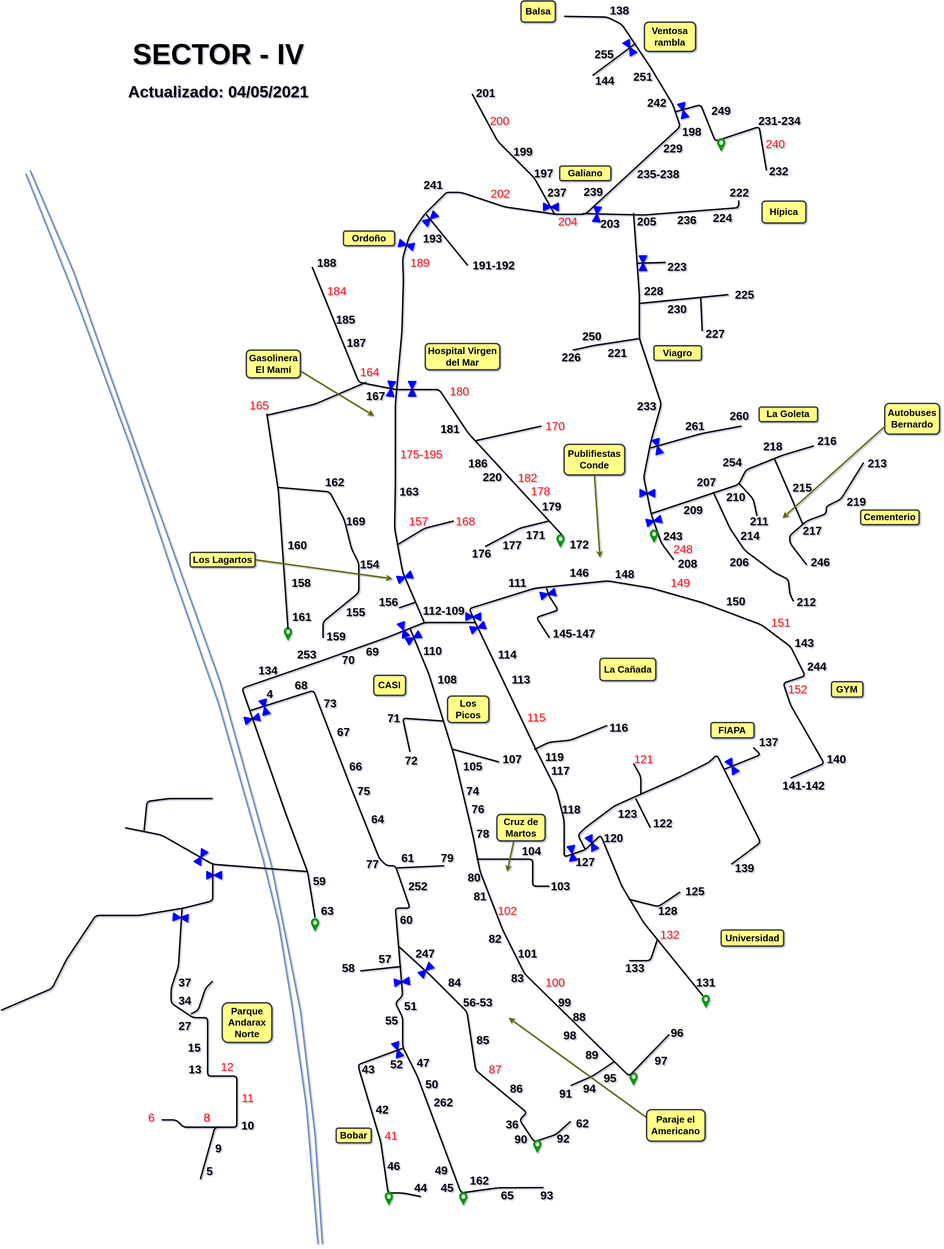
Earlier version of the draw.io export planos-actualizados/plano_IV.svg (cr4vegas-team/doc-cr4vegas-planos). Source tidied: cells renumbered, new cells last; positions are measured from the earlier drawing's top-left corner, leaving out a move shared by most shapes.
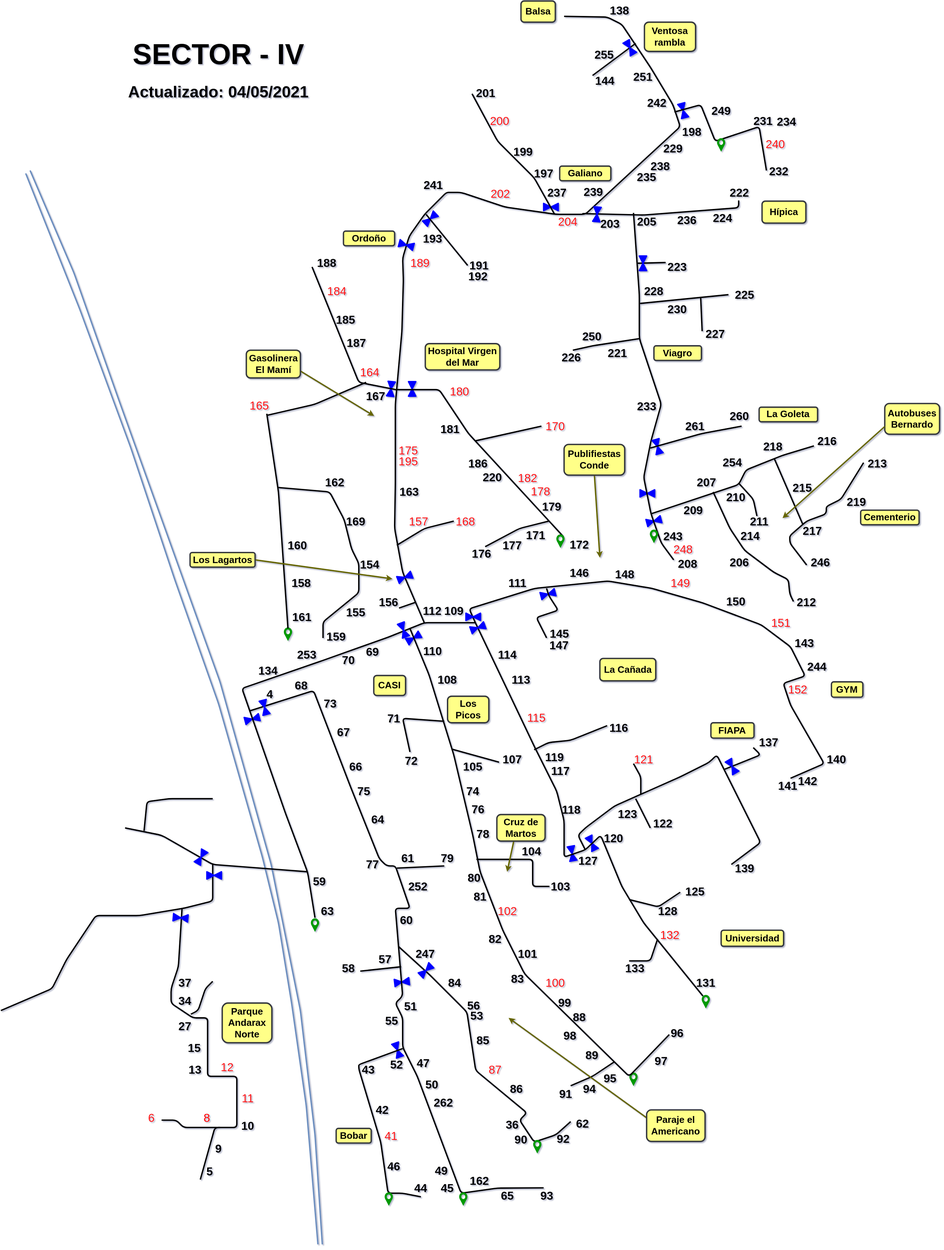
Later version of the same file.

Change to the diagram source:
```diff
@@ -229,7 +229,7 @@
       <mxGeometry x="1944.5" y="2527.9" width="83.6" height="41.8" as="geometry" />
     </mxCell>
     <mxCell id="42" value="127" style="text;html=1;strokeColor=none;fillColor=none;align=center;verticalAlign=middle;whiteSpace=wrap;fontSize=33;fontStyle=1;rounded=1;labelBackgroundColor=none;strokeWidth=4;sketch=0;" parent="1" vertex="1">
-      <mxGeometry x="1630.9" y="2444.2" width="83.6" height="41.8" as="geometry" />
+      <mxGeometry x="1639.2" y="2440.1" width="83.6" height="41.8" as="geometry" />
     </mxCell>
     <mxCell id="43" value="120" style="text;html=1;strokeColor=none;fillColor=none;align=center;verticalAlign=middle;whiteSpace=wrap;fontSize=33;fontStyle=1;rounded=1;labelBackgroundColor=none;strokeWidth=4;sketch=0;" parent="1" vertex="1">
       <mxGeometry x="1712.4" y="2375.2" width="83.6" height="41.8" as="geometry" />
@@ -418,7 +418,7 @@
     </mxCell>
     <mxCell id="74" style="endArrow=none;html=1;strokeWidth=4;fontSize=33;labelBackgroundColor=none;sketch=0;" parent="1" edge="1">
       <mxGeometry x="166.4" y="10" as="geometry">
-        <mxPoint x="1570.2" y="1823.3" as="sourcePoint" />
+        <mxPoint x="1562" y="1823" as="sourcePoint" />
         <mxPoint x="1561.9" y="1681.1" as="targetPoint" />
         <Array as="points">
           <mxPoint x="1532.6" y="1764.7" />
@@ -427,11 +427,11 @@
         </Array>
       </mxGeometry>
     </mxCell>
-    <mxCell id="75" value="145-147" style="text;html=1;strokeColor=none;fillColor=none;align=center;verticalAlign=middle;whiteSpace=wrap;fontStyle=1;fontSize=33;rounded=1;labelBackgroundColor=none;strokeWidth=4;sketch=0;" parent="1" vertex="1">
-      <mxGeometry x="1568.2" y="1789.8" width="146.4" height="41.8" as="geometry" />
+    <mxCell id="75" value="145" style="text;html=1;strokeColor=none;fillColor=none;align=center;verticalAlign=middle;whiteSpace=wrap;fontStyle=1;fontSize=33;rounded=1;labelBackgroundColor=none;strokeWidth=4;sketch=0;" parent="1" vertex="1">
+      <mxGeometry x="1568.2" y="1789.8" width="61.8" height="41.8" as="geometry" />
     </mxCell>
-    <mxCell id="76" value="112-109" style="text;html=1;strokeColor=none;fillColor=none;align=center;verticalAlign=middle;whiteSpace=wrap;fontSize=33;fontStyle=1;rounded=1;labelBackgroundColor=none;strokeWidth=4;sketch=0;" parent="1" vertex="1">
-      <mxGeometry x="1198.1" y="1729.2" width="140.1" height="31.4" as="geometry" />
+    <mxCell id="76" value="112" style="text;html=1;strokeColor=none;fillColor=none;align=center;verticalAlign=middle;whiteSpace=wrap;fontSize=33;fontStyle=1;rounded=1;labelBackgroundColor=none;strokeWidth=4;sketch=0;" parent="1" vertex="1">
+      <mxGeometry x="1208.5" y="1729.2" width="51.9" height="31.4" as="geometry" />
     </mxCell>
     <mxCell id="77" value="111" style="text;html=1;strokeColor=none;fillColor=none;align=center;verticalAlign=middle;whiteSpace=wrap;fontSize=33;fontStyle=1;rounded=1;labelBackgroundColor=none;strokeWidth=4;sketch=0;" parent="1" vertex="1">
       <mxGeometry x="1437.1" y="1645.5" width="83.6" height="41.8" as="geometry" />
@@ -593,8 +593,8 @@
     <mxCell id="114" value="84" style="text;html=1;strokeColor=none;fillColor=none;align=center;verticalAlign=middle;whiteSpace=wrap;fontSize=33;fontColor=none;fontStyle=1;rounded=1;labelBackgroundColor=none;strokeWidth=4;sketch=0;" parent="1" vertex="1">
       <mxGeometry x="1256.6" y="2789.2" width="83.6" height="41.8" as="geometry" />
     </mxCell>
-    <mxCell id="115" value="56-53" style="text;html=1;strokeColor=none;fillColor=none;align=center;verticalAlign=middle;whiteSpace=wrap;fontSize=33;fontColor=none;fontStyle=1;rounded=1;labelBackgroundColor=none;strokeWidth=4;sketch=0;" parent="1" vertex="1">
-      <mxGeometry x="1313.1" y="2845.7" width="104.5" height="41.8" as="geometry" />
+    <mxCell id="115" value="56" style="text;html=1;strokeColor=none;fillColor=none;align=center;verticalAlign=middle;whiteSpace=wrap;fontSize=33;fontColor=none;fontStyle=1;rounded=1;labelBackgroundColor=none;strokeWidth=4;sketch=0;" parent="1" vertex="1">
+      <mxGeometry x="1329.8" y="2853.7" width="46.9" height="41.8" as="geometry" />
     </mxCell>
     <mxCell id="116" style="verticalLabelPosition=bottom;align=center;html=1;verticalAlign=top;dashed=0;shape=mxgraph.pid2valves.valve;valveType=gate;defState=closed;strokeWidth=4;fillColor=none;fontSize=33;rotation=0;strokeColor=#0000FF;rounded=1;labelBackgroundColor=none;sketch=0;" parent="1" vertex="1">
       <mxGeometry x="1829.5" y="1398.8" width="41.8" height="20.9" as="geometry" />
@@ -932,8 +932,8 @@
     <mxCell id="195" value="168" style="text;html=1;strokeColor=none;fillColor=none;align=center;verticalAlign=middle;whiteSpace=wrap;fontSize=33;fontStyle=0;fontColor=#FF1212;rounded=1;labelBackgroundColor=none;strokeWidth=4;sketch=0;" parent="1" vertex="1">
       <mxGeometry x="1288" y="1467.8" width="83.6" height="41.8" as="geometry" />
     </mxCell>
-    <mxCell id="196" value="175-195" style="text;html=1;strokeColor=none;fillColor=none;align=center;verticalAlign=middle;whiteSpace=wrap;fontSize=33;fontStyle=0;fontColor=#FF1212;rounded=1;labelBackgroundColor=none;strokeWidth=4;sketch=0;" parent="1" vertex="1">
-      <mxGeometry x="1131.2" y="1277.5" width="146.4" height="41.8" as="geometry" />
+    <mxCell id="196" value="175" style="text;html=1;strokeColor=none;fillColor=none;align=center;verticalAlign=middle;whiteSpace=wrap;fontSize=33;fontStyle=0;fontColor=#FF1212;rounded=1;labelBackgroundColor=none;strokeWidth=4;sketch=0;" parent="1" vertex="1">
+      <mxGeometry x="1137.1" y="1265" width="58.8" height="41.8" as="geometry" />
     </mxCell>
     <mxCell id="197" value="165" style="text;html=1;strokeColor=none;fillColor=none;align=center;verticalAlign=middle;whiteSpace=wrap;fontSize=33;fontStyle=0;fontColor=#FF1212;rounded=1;labelBackgroundColor=none;strokeWidth=4;sketch=0;" parent="1" vertex="1">
       <mxGeometry x="698.4" y="1137.4" width="83.6" height="41.8" as="geometry" />
@@ -1045,8 +1045,8 @@
     <mxCell id="225" value="193" style="text;html=1;strokeColor=none;fillColor=none;align=center;verticalAlign=middle;whiteSpace=wrap;fontSize=33;fontColor=none;fontStyle=1;rounded=1;labelBackgroundColor=none;strokeWidth=4;sketch=0;" parent="1" vertex="1">
       <mxGeometry x="1193.9" y="658.6" width="83.6" height="41.8" as="geometry" />
     </mxCell>
-    <mxCell id="226" value="191-192" style="text;html=1;strokeColor=none;fillColor=none;align=center;verticalAlign=middle;whiteSpace=wrap;fontSize=33;fontColor=none;fontStyle=1;rounded=1;labelBackgroundColor=none;strokeWidth=4;sketch=0;" parent="1" vertex="1">
-      <mxGeometry x="1338.2" y="736" width="146.4" height="41.8" as="geometry" />
+    <mxCell id="226" value="191" style="text;html=1;strokeColor=none;fillColor=none;align=center;verticalAlign=middle;whiteSpace=wrap;fontSize=33;fontColor=none;fontStyle=1;rounded=1;labelBackgroundColor=none;strokeWidth=4;sketch=0;" parent="1" vertex="1">
+      <mxGeometry x="1338.2" y="736" width="61.8" height="41.8" as="geometry" />
     </mxCell>
     <mxCell id="227" value="241" style="text;html=1;strokeColor=none;fillColor=none;align=center;verticalAlign=middle;whiteSpace=wrap;fontSize=33;fontColor=none;fontStyle=1;rounded=1;labelBackgroundColor=none;strokeWidth=4;sketch=0;" parent="1" vertex="1">
       <mxGeometry x="1196" y="506" width="83.6" height="41.8" as="geometry" />
@@ -1290,8 +1290,8 @@
     <mxCell id="286" value="140" style="text;html=1;strokeColor=none;fillColor=none;align=center;verticalAlign=middle;whiteSpace=wrap;fontSize=33;fontColor=none;fontStyle=1;rounded=1;labelBackgroundColor=none;strokeWidth=4;sketch=0;" parent="1" vertex="1">
       <mxGeometry x="2350.1" y="2149.4" width="83.6" height="41.8" as="geometry" />
     </mxCell>
-    <mxCell id="287" value="141-142" style="text;html=1;strokeColor=none;fillColor=none;align=center;verticalAlign=middle;whiteSpace=wrap;fontSize=33;fontColor=none;fontStyle=1;rounded=1;labelBackgroundColor=none;strokeWidth=4;sketch=0;" parent="1" vertex="1">
-      <mxGeometry x="2224.7" y="2224.7" width="146.4" height="41.8" as="geometry" />
+    <mxCell id="287" value="141" style="text;html=1;strokeColor=none;fillColor=none;align=center;verticalAlign=middle;whiteSpace=wrap;fontSize=33;fontColor=none;fontStyle=1;rounded=1;labelBackgroundColor=none;strokeWidth=4;sketch=0;" parent="1" vertex="1">
+      <mxGeometry x="2224.7" y="2224.7" width="55.3" height="41.8" as="geometry" />
     </mxCell>
     <mxCell id="288" value="139" style="text;html=1;strokeColor=none;fillColor=none;align=center;verticalAlign=middle;whiteSpace=wrap;fontSize=33;fontColor=none;fontStyle=1;rounded=1;labelBackgroundColor=none;strokeWidth=4;sketch=0;" parent="1" vertex="1">
       <mxGeometry x="2086.7" y="2461" width="83.6" height="41.8" as="geometry" />
@@ -1349,11 +1349,11 @@
     <mxCell id="302" value="229" style="text;html=1;strokeColor=none;fillColor=none;align=center;verticalAlign=middle;whiteSpace=wrap;fontSize=33;fontColor=none;fontStyle=1;rounded=1;labelBackgroundColor=none;strokeWidth=4;sketch=0;" parent="1" vertex="1">
       <mxGeometry x="1881.8" y="401.5" width="83.6" height="41.8" as="geometry" />
     </mxCell>
-    <mxCell id="303" value="235-238" style="text;html=1;strokeColor=none;fillColor=none;align=center;verticalAlign=middle;whiteSpace=wrap;fontSize=33;fontColor=none;fontStyle=1;rounded=1;labelBackgroundColor=none;strokeWidth=4;sketch=0;" parent="1" vertex="1">
-      <mxGeometry x="1808.6" y="474.6" width="146.4" height="41.8" as="geometry" />
+    <mxCell id="303" value="235" style="text;html=1;strokeColor=none;fillColor=none;align=center;verticalAlign=middle;whiteSpace=wrap;fontSize=33;fontColor=none;fontStyle=1;rounded=1;labelBackgroundColor=none;strokeWidth=4;sketch=0;" parent="1" vertex="1">
+      <mxGeometry x="1812.8" y="483" width="71.4" height="41.8" as="geometry" />
     </mxCell>
-    <mxCell id="304" value="231-234" style="text;html=1;strokeColor=none;fillColor=none;align=center;verticalAlign=middle;whiteSpace=wrap;fontSize=33;fontColor=none;fontStyle=1;rounded=1;labelBackgroundColor=none;strokeWidth=4;sketch=0;" parent="1" vertex="1">
-      <mxGeometry x="2155.7" y="322" width="146.4" height="41.8" as="geometry" />
+    <mxCell id="304" value="231" style="text;html=1;strokeColor=none;fillColor=none;align=center;verticalAlign=middle;whiteSpace=wrap;fontSize=33;fontColor=none;fontStyle=1;rounded=1;labelBackgroundColor=none;strokeWidth=4;sketch=0;" parent="1" vertex="1">
+      <mxGeometry x="2145.2" y="322" width="74.3" height="41.8" as="geometry" />
     </mxCell>
     <mxCell id="305" value="232" style="text;html=1;strokeColor=none;fillColor=none;align=center;verticalAlign=middle;whiteSpace=wrap;fontSize=33;fontColor=none;fontStyle=1;rounded=1;labelBackgroundColor=none;strokeWidth=4;sketch=0;" parent="1" vertex="1">
       <mxGeometry x="2185" y="455.8" width="83.6" height="62.7" as="geometry" />
@@ -1454,5 +1454,29 @@
     <mxCell id="337" style="verticalLabelPosition=bottom;align=center;dashed=0;html=1;verticalAlign=top;shape=mxgraph.pid.flow_sensors.rotameter;strokeWidth=6;fillColor=none;fontSize=33;rotation=-90;strokeColor=#009900;rounded=1;labelBackgroundColor=none;sketch=0;" parent="1" vertex="1">
       <mxGeometry x="2047" y="401.4" width="29.3" height="17.5" as="geometry" />
     </mxCell>
+    <mxCell id="338" value="234" style="text;html=1;strokeColor=none;fillColor=none;align=center;verticalAlign=middle;whiteSpace=wrap;fontSize=33;fontColor=none;fontStyle=1;rounded=1;labelBackgroundColor=none;strokeWidth=4;sketch=0;" parent="1" vertex="1">
+      <mxGeometry x="2212.1" y="324.1" width="74.3" height="41.8" as="geometry" />
+    </mxCell>
+    <mxCell id="339" value="238" style="text;html=1;strokeColor=none;fillColor=none;align=center;verticalAlign=middle;whiteSpace=wrap;fontSize=33;fontColor=none;fontStyle=1;rounded=1;labelBackgroundColor=none;strokeWidth=4;sketch=0;" parent="1" vertex="1">
+      <mxGeometry x="1852.2" y="451.6" width="71.4" height="41.8" as="geometry" />
+    </mxCell>
+    <mxCell id="340" value="192" style="text;html=1;strokeColor=none;fillColor=none;align=center;verticalAlign=middle;whiteSpace=wrap;fontSize=33;fontColor=none;fontStyle=1;rounded=1;labelBackgroundColor=none;strokeWidth=4;sketch=0;" parent="1" vertex="1">
+      <mxGeometry x="1334.9" y="767.4" width="61.8" height="41.8" as="geometry" />
+    </mxCell>
+    <mxCell id="341" value="109" style="text;html=1;strokeColor=none;fillColor=none;align=center;verticalAlign=middle;whiteSpace=wrap;fontSize=33;fontStyle=1;rounded=1;labelBackgroundColor=none;strokeWidth=4;sketch=0;" parent="1" vertex="1">
+      <mxGeometry x="1271.2" y="1729.2" width="51.9" height="31.4" as="geometry" />
+    </mxCell>
+    <mxCell id="342" value="53" style="text;html=1;strokeColor=none;fillColor=none;align=center;verticalAlign=middle;whiteSpace=wrap;fontSize=33;fontColor=none;fontStyle=1;rounded=1;labelBackgroundColor=none;strokeWidth=4;sketch=0;" parent="1" vertex="1">
+      <mxGeometry x="1339.3" y="2883.3" width="46.9" height="41.8" as="geometry" />
+    </mxCell>
+    <mxCell id="343" value="142" style="text;html=1;strokeColor=none;fillColor=none;align=center;verticalAlign=middle;whiteSpace=wrap;fontSize=33;fontColor=none;fontStyle=1;rounded=1;labelBackgroundColor=none;strokeWidth=4;sketch=0;" parent="1" vertex="1">
+      <mxGeometry x="2282.3" y="2212.2" width="55.3" height="41.8" as="geometry" />
+    </mxCell>
+    <mxCell id="344" value="195" style="text;html=1;strokeColor=none;fillColor=none;align=center;verticalAlign=middle;whiteSpace=wrap;fontSize=33;fontStyle=0;fontColor=#FF1212;rounded=1;labelBackgroundColor=none;strokeWidth=4;sketch=0;" parent="1" vertex="1">
+      <mxGeometry x="1137.1" y="1296.4" width="58.8" height="41.8" as="geometry" />
+    </mxCell>
+    <mxCell id="345" value="147" style="text;html=1;strokeColor=none;fillColor=none;align=center;verticalAlign=middle;whiteSpace=wrap;fontStyle=1;fontSize=33;rounded=1;labelBackgroundColor=none;strokeWidth=4;sketch=0;" parent="1" vertex="1">
+      <mxGeometry x="1567" y="1823.2" width="61.8" height="41.8" as="geometry" />
+    </mxCell>
   </root>
 </mxGraphModel>
```
